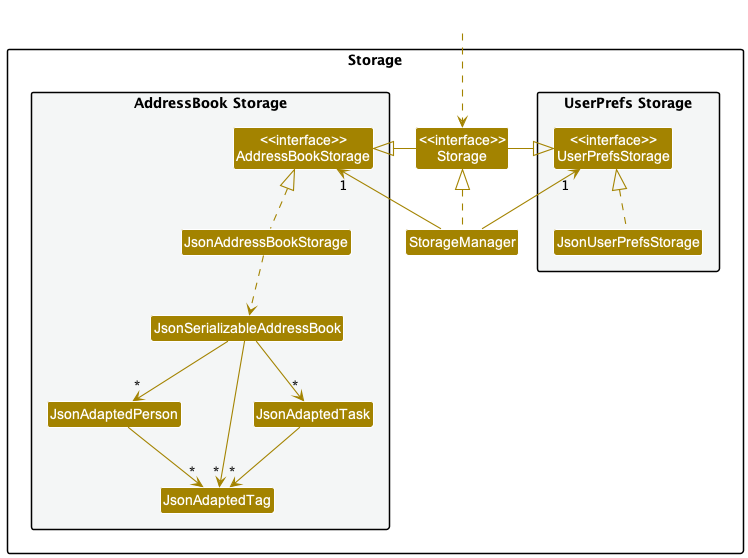
nus-cs2103-AY2223S1/tp keeps this PlantUML diagram as docs/images/StorageClassDiagram.png. Above is the earlier version. Source of this version:
```plantuml
@startuml
!include style.puml
skinparam arrowThickness 1.1
skinparam arrowColor STORAGE_COLOR
skinparam classBackgroundColor STORAGE_COLOR

package Storage{

package "UserPrefs Storage" #F4F6F6{
Class "<<interface>>\nUserPrefsStorage" as UserPrefsStorage
Class JsonUserPrefsStorage
}

Class "<<interface>>\nStorage" as Storage
Class StorageManager

package "AddressBook Storage" #F4F6F6{
Class "<<interface>>\nAddressBookStorage" as AddressBookStorage
Class JsonAddressBookStorage
Class JsonSerializableAddressBook
Class JsonAdaptedPerson
Class JsonAdaptedTag
Class JsonAdaptedTask
}

}

Class HiddenOutside #FFFFFF
HiddenOutside ..> Storage

StorageManager .up.|> Storage
StorageManager -up-> "1" UserPrefsStorage
StorageManager -up-> "1" AddressBookStorage

Storage -left-|> UserPrefsStorage
Storage -right-|> AddressBookStorage

JsonUserPrefsStorage .up.|> UserPrefsStorage
JsonAddressBookStorage .up.|> AddressBookStorage
JsonAddressBookStorage ..> JsonSerializableAddressBook
JsonSerializableAddressBook --> "*" JsonAdaptedPerson
JsonAdaptedPerson --> "*" JsonAdaptedTag
JsonSerializableAddressBook --> "*" JsonAdaptedTask
JsonAdaptedTask --> "*" JsonAdaptedTag
JsonSerializableAddressBook --> "*" JsonAdaptedTag

@enduml
```
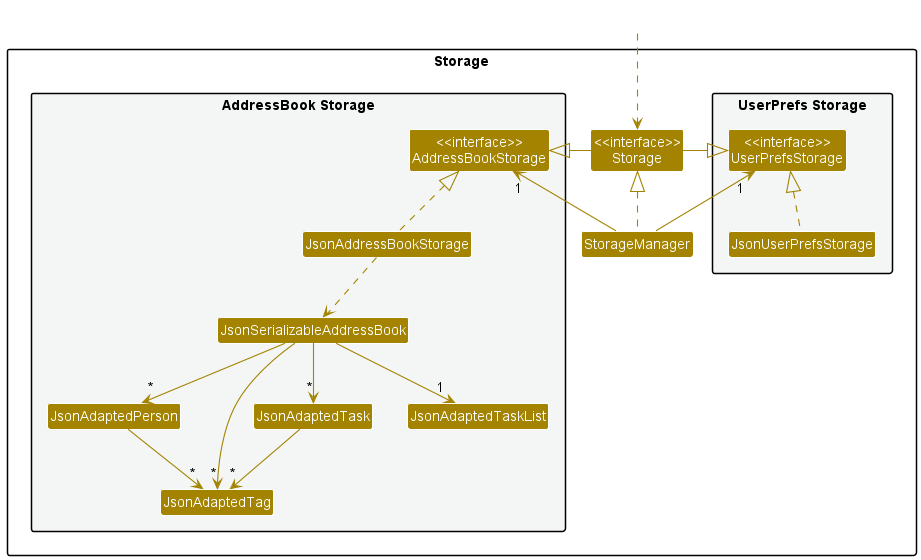
The same diagram one commit later.

Commit message:
Update DG with activity diagram

The edit, as a diff of the source:
```diff
@@ -21,6 +21,7 @@
 Class JsonAdaptedPerson
 Class JsonAdaptedTag
 Class JsonAdaptedTask
+Class JsonAdaptedTaskList
 }
 
 }
@@ -43,5 +44,6 @@
 JsonSerializableAddressBook --> "*" JsonAdaptedTask
 JsonAdaptedTask --> "*" JsonAdaptedTag
 JsonSerializableAddressBook --> "*" JsonAdaptedTag
+JsonSerializableAddressBook --> "1" JsonAdaptedTaskList
 
 @enduml
```
